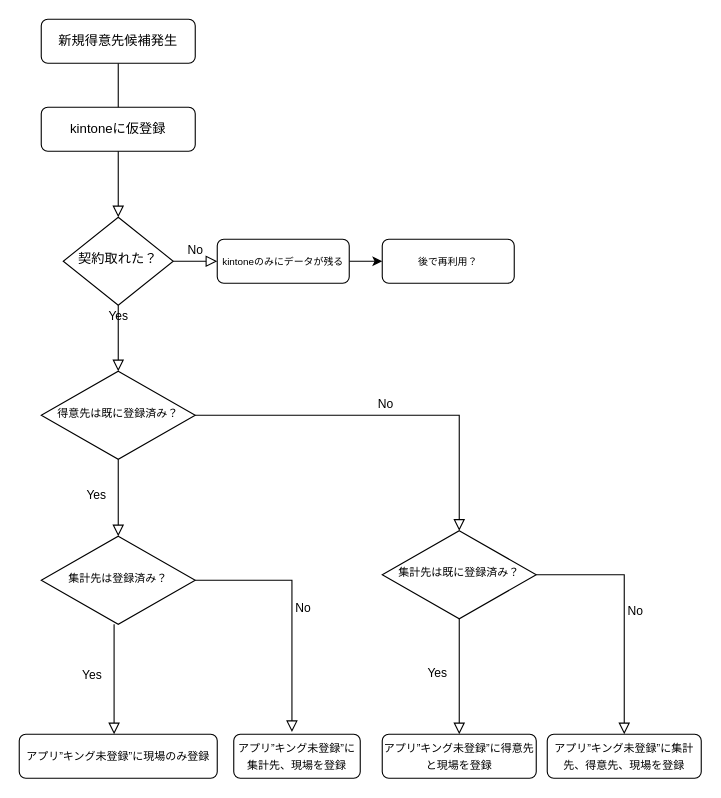
Earlier version of the draw.io diagram 名称未設定ファイル.drawio (kss-kawashima/flow). Source tidied: cells renumbered, new cells numbered last; positions are measured from the earlier drawing's top-left corner, leaving out a move shared by most shapes. Both pictures are drawn from the tidied source at 110%, with x=0, y=0 at pixel (19, 19).
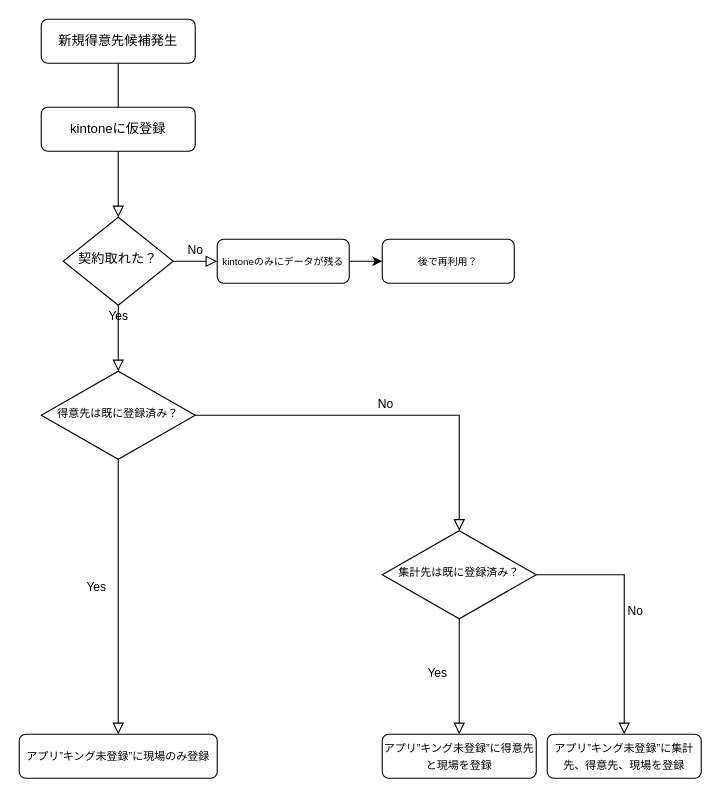
The same diagram, later.

Commit message:
名称未設定ファイル.drawio を更新します

Unchanged cells that the change refers to:
```xml
<mxCell id="9" value="&lt;font style=&quot;font-size: 10px;&quot;&gt;アプリ”キング未登録”に現場のみ登録&lt;/font&gt;" style="rounded=1;whiteSpace=wrap;html=1;fontSize=12;glass=0;strokeWidth=1;shadow=0;" parent="1" vertex="1">
  <mxGeometry y="650" width="180" height="40" as="geometry" />
</mxCell>
<mxCell id="12" value="&lt;font style=&quot;font-size: 10px;&quot;&gt;得意先は既に登録済み？&lt;/font&gt;" style="rhombus;whiteSpace=wrap;html=1;shadow=0;fontFamily=Helvetica;fontSize=12;align=center;strokeWidth=1;spacing=6;spacingTop=-4;" parent="1" vertex="1">
  <mxGeometry x="20" y="320" width="140" height="80" as="geometry" />
</mxCell>
```

What changed in the source:
```diff
@@
-    <mxCell id="13" value="Yes" style="rounded=0;html=1;jettySize=auto;fontSize=11;endArrow=block;endFill=0;endSize=8;strokeWidth=1;shadow=0;labelBackgroundColor=none;edgeStyle=orthogonalEdgeStyle;exitX=0.5;exitY=1;exitDx=0;exitDy=0;" parent="1" edge="1" source="12">
-      <mxGeometry x="-0.07" y="-20" relative="1" as="geometry">
-        <mxPoint x="90" y="470" as="targetPoint" />
-      </mxGeometry>
+    <mxCell id="13" value="Yes" style="rounded=0;html=1;jettySize=auto;fontSize=11;endArrow=block;endFill=0;endSize=8;strokeWidth=1;shadow=0;labelBackgroundColor=none;edgeStyle=orthogonalEdgeStyle;exitX=0.5;exitY=1;exitDx=0;exitDy=0;" parent="1" edge="1" source="12" target="9">
+      <mxGeometry x="-0.07" y="-20" relative="1" as="geometry" />
     </mxCell>
@@
-    <mxCell id="15" value="&lt;font style=&quot;font-size: 10px;&quot;&gt;集計先は登録済み？&lt;/font&gt;" style="rhombus;whiteSpace=wrap;html=1;shadow=0;fontFamily=Helvetica;fontSize=12;align=center;strokeWidth=1;spacing=6;spacingTop=-4;" parent="1" vertex="1">
-      <mxGeometry x="20" y="470" width="140" height="80" as="geometry" />
-    </mxCell>
-    <mxCell id="16" value="No" style="edgeStyle=orthogonalEdgeStyle;rounded=0;html=1;jettySize=auto;fontSize=11;endArrow=block;endFill=0;endSize=8;strokeWidth=1;shadow=0;labelBackgroundColor=none;entryX=0.46;entryY=-0.05;entryDx=0;entryDy=0;entryPerimeter=0;" parent="1" edge="1" target="17">
-      <mxGeometry y="10" relative="1" as="geometry">
-        <mxPoint x="160" y="510" as="sourcePoint" />
-        <Array as="points">
-          <mxPoint x="248" y="510" />
-        </Array>
-      </mxGeometry>
-    </mxCell>
-    <mxCell id="17" value="&lt;span style=&quot;font-size: 10px;&quot;&gt;アプリ”キング未登録”に集計先、現場を登録&lt;/span&gt;" style="rounded=1;whiteSpace=wrap;html=1;fontSize=12;glass=0;strokeWidth=1;shadow=0;" parent="1" vertex="1">
-      <mxGeometry x="195" y="650" width="115" height="40" as="geometry" />
-    </mxCell>
-    <mxCell id="18" value="Yes" style="rounded=0;html=1;jettySize=auto;fontSize=11;endArrow=block;endFill=0;endSize=8;strokeWidth=1;shadow=0;labelBackgroundColor=none;edgeStyle=orthogonalEdgeStyle;exitX=0.473;exitY=1.001;exitDx=0;exitDy=0;exitPerimeter=0;entryX=0.479;entryY=0;entryDx=0;entryDy=0;entryPerimeter=0;" parent="1" edge="1" source="15" target="9">
-      <mxGeometry x="-0.07" y="-20" relative="1" as="geometry" />
-    </mxCell>
```
